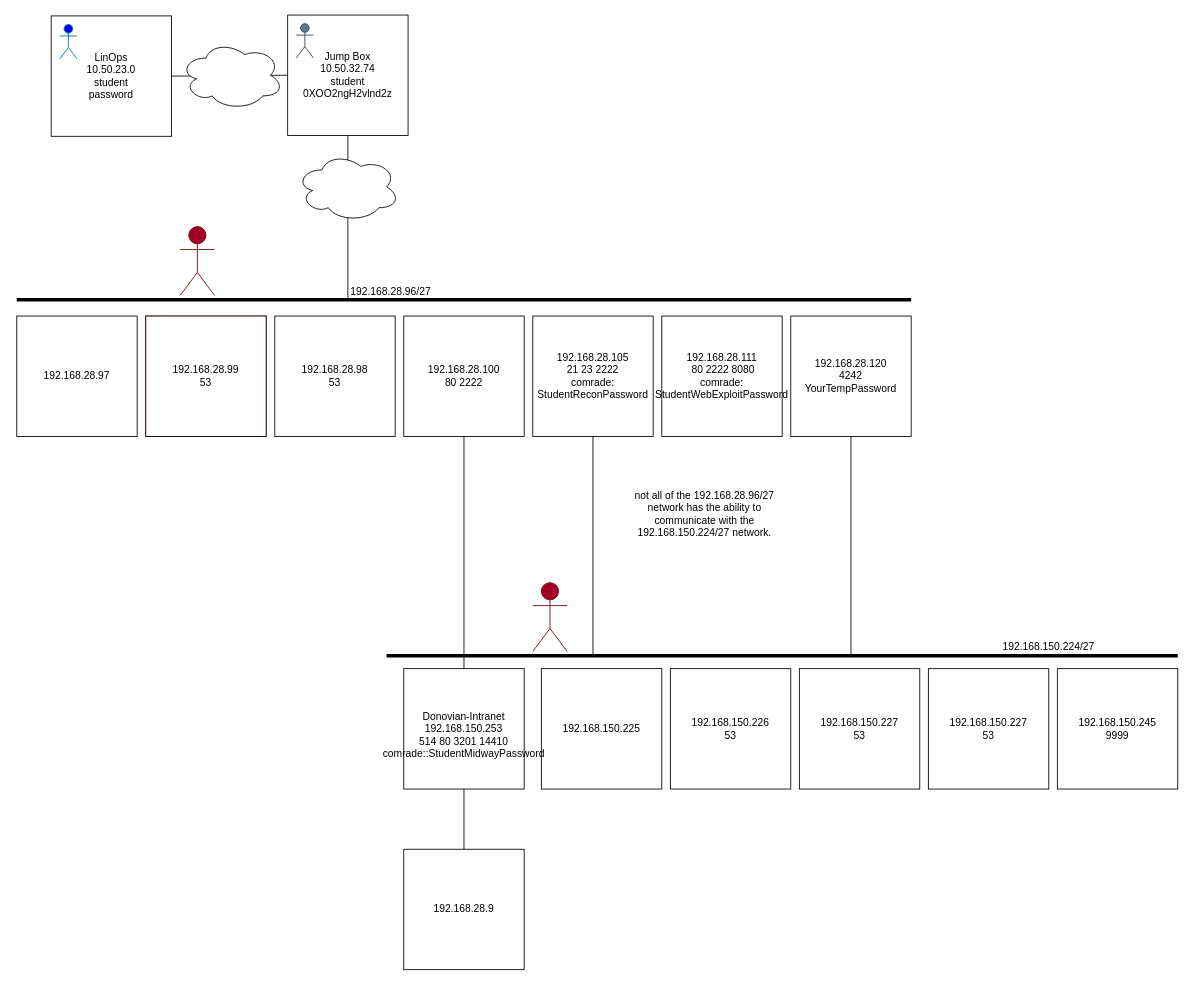
This is page "Page-1" (1 of 3) of Security/Vacca/Security Map.drawio from TheWaltuh/COSC-Notes, a draw.io file, before an edit. Source tidied: cells renumbered, new cells numbered last; positions are measured from the earlier drawing's top-left corner, leaving out a move shared by most shapes. Both pictures are drawn from the tidied source at 86%, with x=0, y=0 at pixel (16, 15).
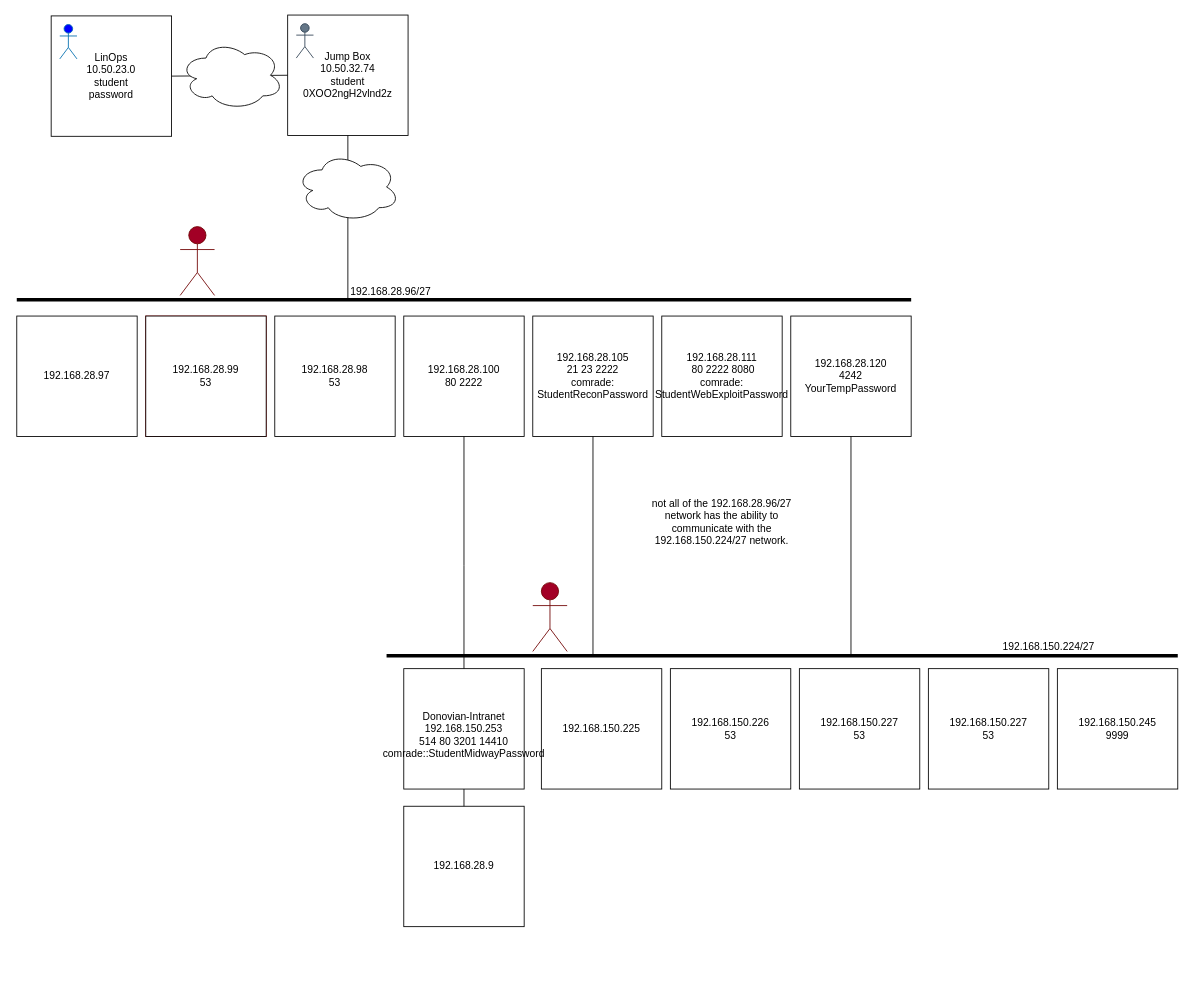
The same page after the edit.

Unchanged cells that the change refers to:
```xml
<mxCell id="34" value="&lt;div&gt;&lt;br&gt;&lt;/div&gt;&lt;div&gt;Donovian-Intranet&lt;br&gt;&lt;/div&gt;&lt;div&gt;192.168.150.253&lt;/div&gt;&lt;div&gt;514 80 3201 14410&lt;/div&gt;comrade::StudentMidwayPassword&lt;br&gt;" style="whiteSpace=wrap;html=1;" parent="1" vertex="1">
  <mxGeometry x="450" y="760" width="140" height="140" as="geometry" />
</mxCell>
```

Diff of the diagram source:
```diff
@@
-    <mxCell id="12" value="not all of the 192.168.28.96/27 network has the ability to communicate with the 192.168.150.224/27 network." style="text;html=1;strokeColor=none;fillColor=none;align=center;verticalAlign=middle;whiteSpace=wrap;rounded=0;" parent="1" vertex="1">
-      <mxGeometry x="700" y="540" width="200" height="80" as="geometry" />
+    <mxCell id="12" value="not all of the 192.168.28.96/27 network has the ability to communicate with the 192.168.150.224/27 network." style="text;html=1;strokeColor=none;fillColor=default;align=center;verticalAlign=middle;whiteSpace=wrap;rounded=0;" parent="1" vertex="1">
+      <mxGeometry x="720" y="550" width="200" height="80" as="geometry" />
     </mxCell>
@@
     <mxCell id="35" value="&lt;div&gt;192.168.28.9&lt;/div&gt;" style="whiteSpace=wrap;html=1;" parent="1" vertex="1">
-      <mxGeometry x="450" y="970" width="140" height="140" as="geometry" />
+      <mxGeometry x="450" y="920" width="140" height="140" as="geometry" />
     </mxCell>
@@
     <mxCell id="37" style="endArrow=none;html=1;rounded=0;entryX=0.5;entryY=1;entryDx=0;entryDy=0;" parent="1" edge="1" target="34">
       <mxGeometry relative="1" as="geometry">
-        <mxPoint x="520" y="970" as="sourcePoint" />
+        <mxPoint x="520" y="920" as="sourcePoint" />
       </mxGeometry>
     </mxCell>
```
